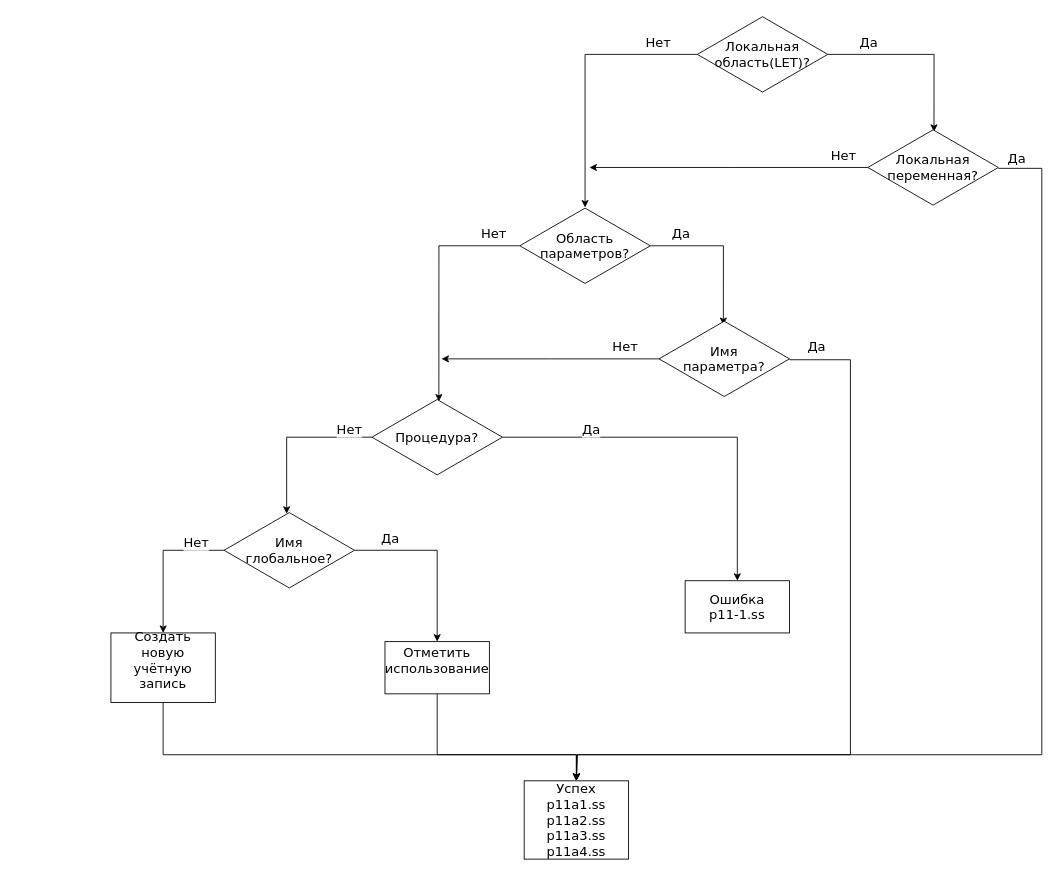
Above: kp/curs2/docs/p11.drawio in ArtDu/Compiler-Theory (draw.io), before the change. Source tidied: cells renumbered, new cells numbered last; positions are measured from the earlier drawing's top-left corner, leaving out a move shared by most shapes. Both pictures are drawn from the tidied source at 87%, with x=0, y=0 at pixel (110, 15).
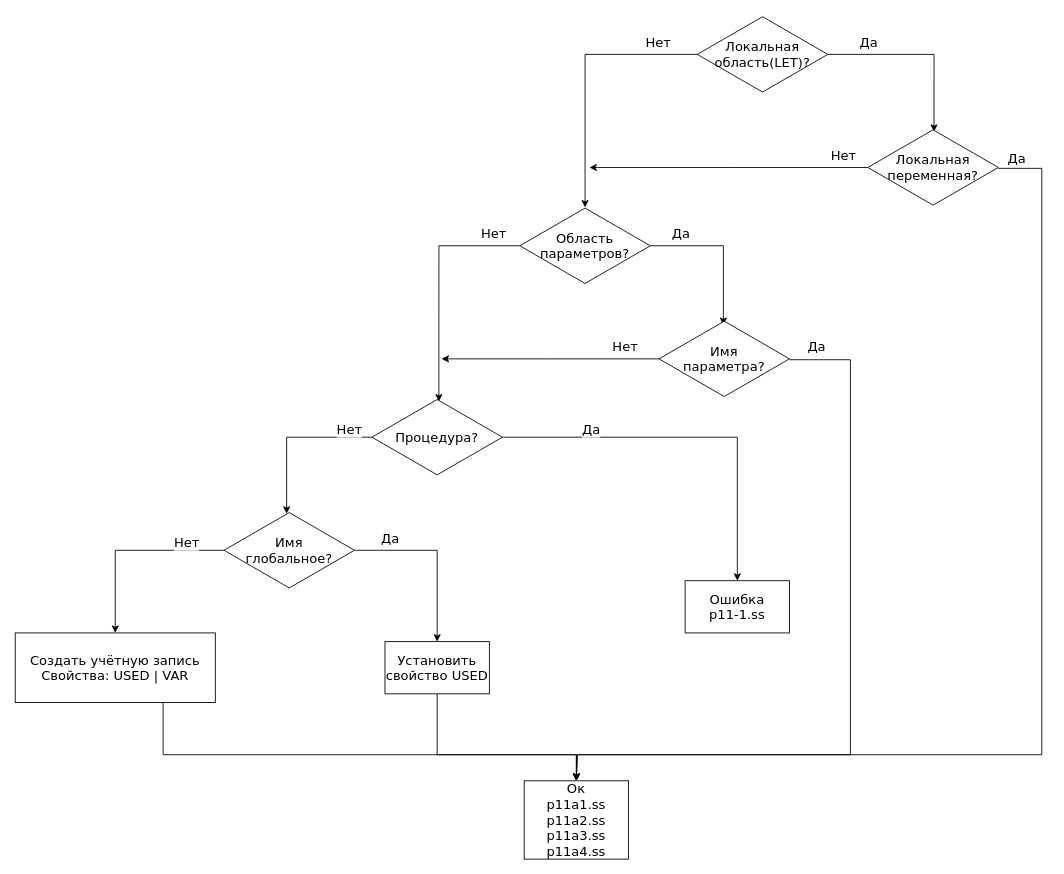
Above is the later version.

Change to the diagram source:
```diff
@@
-    <mxCell id="28" value="Создать новую учётную запись&lt;br&gt;&lt;br&gt;" style="rounded=0;whiteSpace=wrap;html=1;fontFamily=Verdana;fontSize=15;" parent="1" vertex="1">
-      <mxGeometry y="710" width="120" height="80" as="geometry" />
+    <mxCell id="28" value="Создать учётную запись&lt;br&gt;Свойства: USED | VAR&lt;br&gt;" style="rounded=0;whiteSpace=wrap;html=1;fontFamily=Verdana;fontSize=15;" parent="1" vertex="1">
+      <mxGeometry x="-110" y="710" width="230" height="80" as="geometry" />
     </mxCell>
@@
-    <mxCell id="36" value="Отметить использование&lt;br&gt;&lt;br&gt;" style="rounded=0;whiteSpace=wrap;html=1;fontFamily=Verdana;fontSize=15;" parent="1" vertex="1">
+    <mxCell id="36" value="Установить свойство USED" style="rounded=0;whiteSpace=wrap;html=1;fontFamily=Verdana;fontSize=15;" parent="1" vertex="1">
       <mxGeometry x="315" y="720" width="120" height="60" as="geometry" />
     </mxCell>
-    <mxCell id="37" value="Успех&lt;br&gt;p11a1.ss&lt;br&gt;p11a2.ss&lt;br&gt;p11a3.ss&lt;br&gt;p11a4.ss&lt;br&gt;" style="rounded=0;whiteSpace=wrap;html=1;fontFamily=Verdana;fontSize=15;" parent="1" vertex="1">
+    <mxCell id="37" value="Ок&lt;br&gt;p11a1.ss&lt;br&gt;p11a2.ss&lt;br&gt;p11a3.ss&lt;br&gt;p11a4.ss&lt;br&gt;" style="rounded=0;whiteSpace=wrap;html=1;fontFamily=Verdana;fontSize=15;" parent="1" vertex="1">
       <mxGeometry x="475" y="880" width="120" height="90" as="geometry" />
     </mxCell>
```
